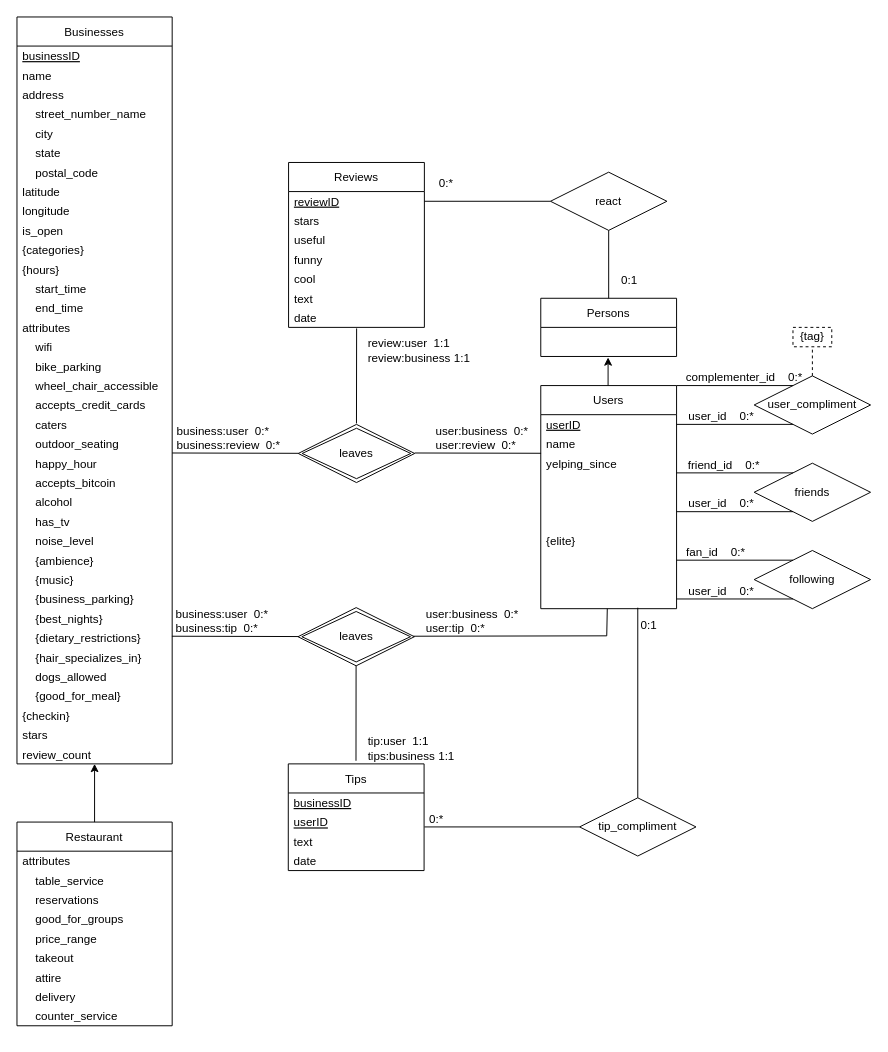
connie-ho/data-bites keeps this draw.io diagram as page "Page-1" (1 of 2) of documents/ER-model.drawio. Above is the earlier version. Source tidied: cells renumbered, new cells numbered last; positions are measured from the earlier drawing's top-left corner, leaving out a move shared by most shapes. Both pictures are drawn from the tidied source at 97%, with x=0, y=0 at pixel (16, 16).
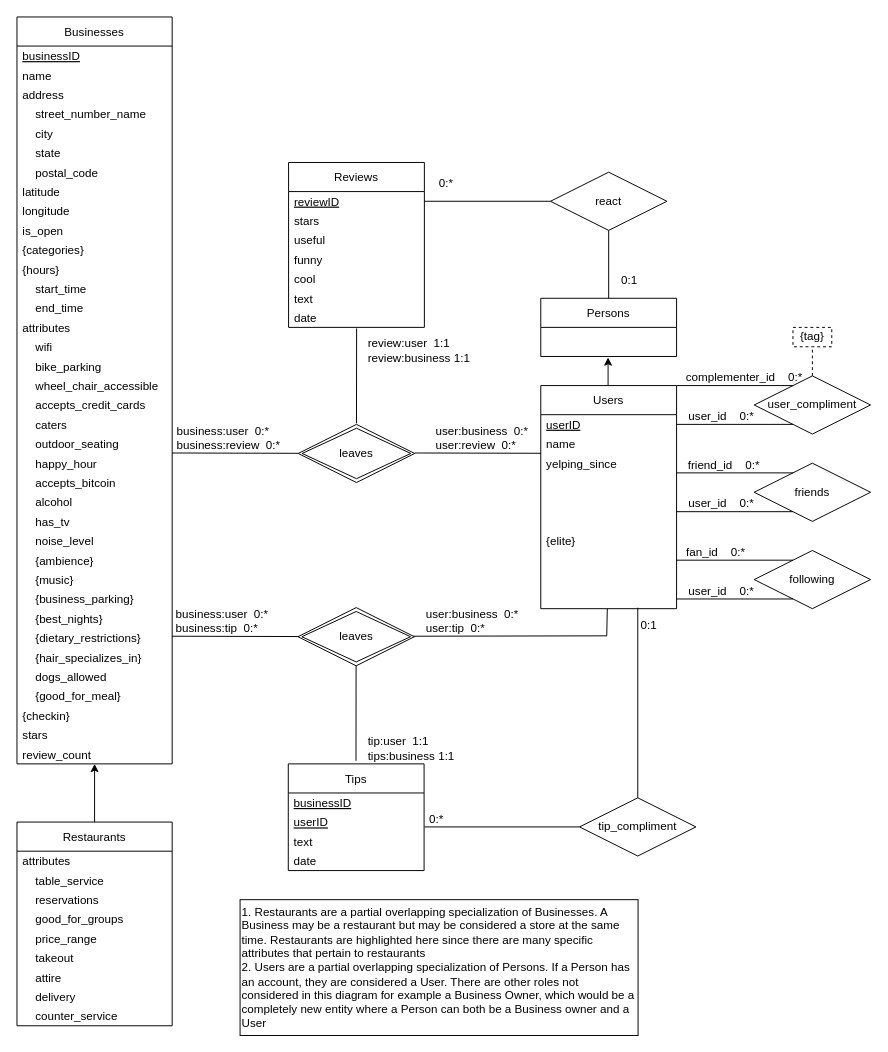
Above is the later version.

Change to the diagram source:
```diff
@@
-    <mxCell id="40" value="Restaurant" style="swimlane;fontStyle=0;horizontal=1;startSize=30;" parent="1" vertex="1">
+    <mxCell id="40" value="Restaurants" style="swimlane;fontStyle=0;horizontal=1;startSize=30;" parent="1" vertex="1">
       <mxGeometry y="830" width="160" height="210" as="geometry" />
     </mxCell>
@@
+    <mxCell id="112" value="1. Restaurants are a partial overlapping specialization of Businesses. A Business may be a restaurant but may be considered a store at the same time. Restaurants are highlighted here since there are many specific attributes that pertain to restaurants&amp;nbsp;&lt;br&gt;2. Users are a partial overlapping specialization of Persons. If a Person has an account, they are considered a User. There are other roles not considered in this diagram for example a Business Owner, which would be a completely new entity where a Person can both be a Business owner and a User" style="rounded=0;whiteSpace=wrap;html=1;align=left;" parent="1" vertex="1">
+      <mxGeometry x="230" y="910" width="410.3" height="140" as="geometry" />
+    </mxCell>
```
